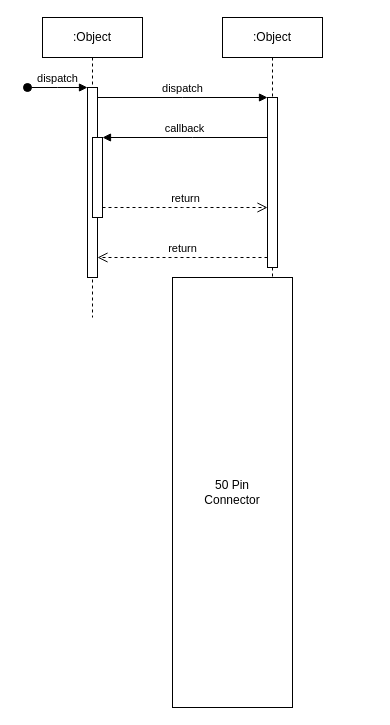
BIRDSOpenSource/BIRDSRP-OBC keeps this draw.io diagram as Diagrams/50_pin_assignment.drawio. Above is the earlier version. Source tidied: cells renumbered, new cells numbered last; positions are measured from the earlier drawing's top-left corner, leaving out a move shared by most shapes. Both pictures are drawn from the tidied source at 100%, with x=0, y=0 at pixel (27, 17).
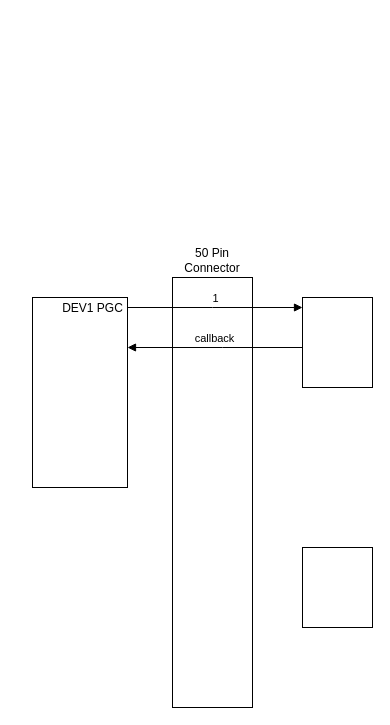
The same diagram, later.

The edit, as a diff of the source:
```diff
@@
 <mxGraphModel>
   <root>
     <mxCell id="0" />
     <mxCell id="1" parent="0" />
-    <mxCell id="2" value=":Object" style="shape=umlLifeline;perimeter=lifelinePerimeter;whiteSpace=wrap;html=1;newEdgeStyle={&quot;edgeStyle&quot;:&quot;elbowEdgeStyle&quot;,&quot;elbow&quot;:&quot;vertical&quot;,&quot;curved&quot;:0,&quot;rounded&quot;:0};" parent="1" vertex="1">
-      <mxGeometry x="15" width="100" height="300" as="geometry" />
-    </mxCell>
+    <mxCell id="12" value="50 Pin&lt;div&gt;Connector&lt;/div&gt;" style="rounded=0;html=1;whiteSpace=wrap;labelPosition=center;verticalLabelPosition=top;align=center;verticalAlign=bottom;" parent="1" vertex="1">
+      <mxGeometry x="145" y="260" width="80" height="430" as="geometry" />
+    </mxCell>
+    <mxCell id="10" value="callback" style="html=1;verticalAlign=bottom;endArrow=block;edgeStyle=elbowEdgeStyle;elbow=vertical;curved=0;rounded=0;" parent="1" edge="1" source="7" target="3">
+      <mxGeometry relative="1" as="geometry">
+        <Array as="points">
+          <mxPoint x="195" y="330" />
+        </Array>
+      </mxGeometry>
+    </mxCell>
-    <mxCell id="3" style="html=1;points=[];perimeter=orthogonalPerimeter;outlineConnect=0;targetShapes=umlLifeline;portConstraint=eastwest;newEdgeStyle={&quot;edgeStyle&quot;:&quot;elbowEdgeStyle&quot;,&quot;elbow&quot;:&quot;vertical&quot;,&quot;curved&quot;:0,&quot;rounded&quot;:0};" parent="2" vertex="1">
-      <mxGeometry x="45" y="70" width="10" height="190" as="geometry" />
+    <mxCell id="3" style="html=1;points=[];perimeter=orthogonalPerimeter;outlineConnect=0;targetShapes=umlLifeline;portConstraint=eastwest;newEdgeStyle={&quot;edgeStyle&quot;:&quot;elbowEdgeStyle&quot;,&quot;elbow&quot;:&quot;vertical&quot;,&quot;curved&quot;:0,&quot;rounded&quot;:0};" parent="1" vertex="1">
+      <mxGeometry x="5" y="280" width="95" height="190" as="geometry" />
     </mxCell>
-    <mxCell id="4" value="dispatch" style="html=1;verticalAlign=bottom;startArrow=oval;endArrow=block;startSize=8;edgeStyle=elbowEdgeStyle;elbow=vertical;curved=0;rounded=0;" parent="2" edge="1" target="3">
-      <mxGeometry relative="1" as="geometry">
-        <mxPoint x="-15" y="70" as="sourcePoint" />
-      </mxGeometry>
-    </mxCell>
-    <mxCell id="5" style="html=1;points=[];perimeter=orthogonalPerimeter;outlineConnect=0;targetShapes=umlLifeline;portConstraint=eastwest;newEdgeStyle={&quot;edgeStyle&quot;:&quot;elbowEdgeStyle&quot;,&quot;elbow&quot;:&quot;vertical&quot;,&quot;curved&quot;:0,&quot;rounded&quot;:0};" parent="2" vertex="1">
-      <mxGeometry x="50" y="120" width="10" height="80" as="geometry" />
+    <mxCell id="5" style="html=1;points=[];perimeter=orthogonalPerimeter;outlineConnect=0;targetShapes=umlLifeline;portConstraint=eastwest;newEdgeStyle={&quot;edgeStyle&quot;:&quot;elbowEdgeStyle&quot;,&quot;elbow&quot;:&quot;vertical&quot;,&quot;curved&quot;:0,&quot;rounded&quot;:0};" parent="1" vertex="1">
+      <mxGeometry x="275" y="530" width="70" height="80" as="geometry" />
     </mxCell>
-    <mxCell id="6" value=":Object" style="shape=umlLifeline;perimeter=lifelinePerimeter;whiteSpace=wrap;html=1;newEdgeStyle={&quot;edgeStyle&quot;:&quot;elbowEdgeStyle&quot;,&quot;elbow&quot;:&quot;vertical&quot;,&quot;curved&quot;:0,&quot;rounded&quot;:0};" parent="1" vertex="1">
-      <mxGeometry x="195" width="100" height="300" as="geometry" />
-    </mxCell>
-    <mxCell id="7" style="html=1;points=[];perimeter=orthogonalPerimeter;outlineConnect=0;targetShapes=umlLifeline;portConstraint=eastwest;newEdgeStyle={&quot;edgeStyle&quot;:&quot;elbowEdgeStyle&quot;,&quot;elbow&quot;:&quot;vertical&quot;,&quot;curved&quot;:0,&quot;rounded&quot;:0};" parent="6" vertex="1">
-      <mxGeometry x="45" y="80" width="10" height="170" as="geometry" />
+    <mxCell id="7" style="html=1;points=[];perimeter=orthogonalPerimeter;outlineConnect=0;targetShapes=umlLifeline;portConstraint=eastwest;newEdgeStyle={&quot;edgeStyle&quot;:&quot;elbowEdgeStyle&quot;,&quot;elbow&quot;:&quot;vertical&quot;,&quot;curved&quot;:0,&quot;rounded&quot;:0};" parent="1" vertex="1">
+      <mxGeometry x="275" y="280" width="70" height="90" as="geometry" />
     </mxCell>
-    <mxCell id="8" value="dispatch" style="html=1;verticalAlign=bottom;endArrow=block;edgeStyle=elbowEdgeStyle;elbow=vertical;curved=0;rounded=0;" parent="1" edge="1" source="3" target="7">
+    <mxCell id="8" value="1" style="html=1;verticalAlign=bottom;endArrow=block;edgeStyle=elbowEdgeStyle;elbow=horizontal;curved=0;rounded=0;" parent="1" edge="1" source="3" target="7">
       <mxGeometry relative="1" as="geometry">
         <Array as="points">
-          <mxPoint x="155" y="80" />
+          <mxPoint x="185" y="290" />
         </Array>
       </mxGeometry>
     </mxCell>
-    <mxCell id="9" value="return" style="html=1;verticalAlign=bottom;endArrow=open;dashed=1;endSize=8;edgeStyle=elbowEdgeStyle;elbow=vertical;curved=0;rounded=0;" parent="1" edge="1" source="7" target="3">
-      <mxGeometry relative="1" as="geometry">
-        <Array as="points">
-          <mxPoint x="165" y="240" />
-        </Array>
-      </mxGeometry>
-    </mxCell>
-    <mxCell id="10" value="callback" style="html=1;verticalAlign=bottom;endArrow=block;edgeStyle=elbowEdgeStyle;elbow=vertical;curved=0;rounded=0;" parent="1" edge="1" source="7" target="5">
-      <mxGeometry relative="1" as="geometry">
-        <Array as="points">
-          <mxPoint x="165" y="120" />
-        </Array>
-      </mxGeometry>
-    </mxCell>
-    <mxCell id="11" value="return" style="html=1;verticalAlign=bottom;endArrow=open;dashed=1;endSize=8;edgeStyle=elbowEdgeStyle;elbow=vertical;curved=0;rounded=0;" parent="1" edge="1" source="5" target="7">
-      <mxGeometry relative="1" as="geometry">
-        <Array as="points">
-          <mxPoint x="155" y="190" />
-        </Array>
-      </mxGeometry>
-    </mxCell>
-    <mxCell id="12" value="50 Pin&lt;div&gt;Connector&lt;/div&gt;" style="rounded=0;whiteSpace=wrap;html=1;" parent="1" vertex="1">
-      <mxGeometry x="145" y="260" width="120" height="430" as="geometry" />
-    </mxCell>
+    <mxCell id="13" value="DEV1 PGC" style="edgeLabel;html=1;align=center;verticalAlign=middle;fontSize=12;" parent="8" vertex="1">
+      <mxGeometry x="-0.95" relative="1" as="geometry">
+        <mxPoint x="-40" as="offset" />
+      </mxGeometry>
+    </mxCell>
   </root>
 </mxGraphModel>
```
